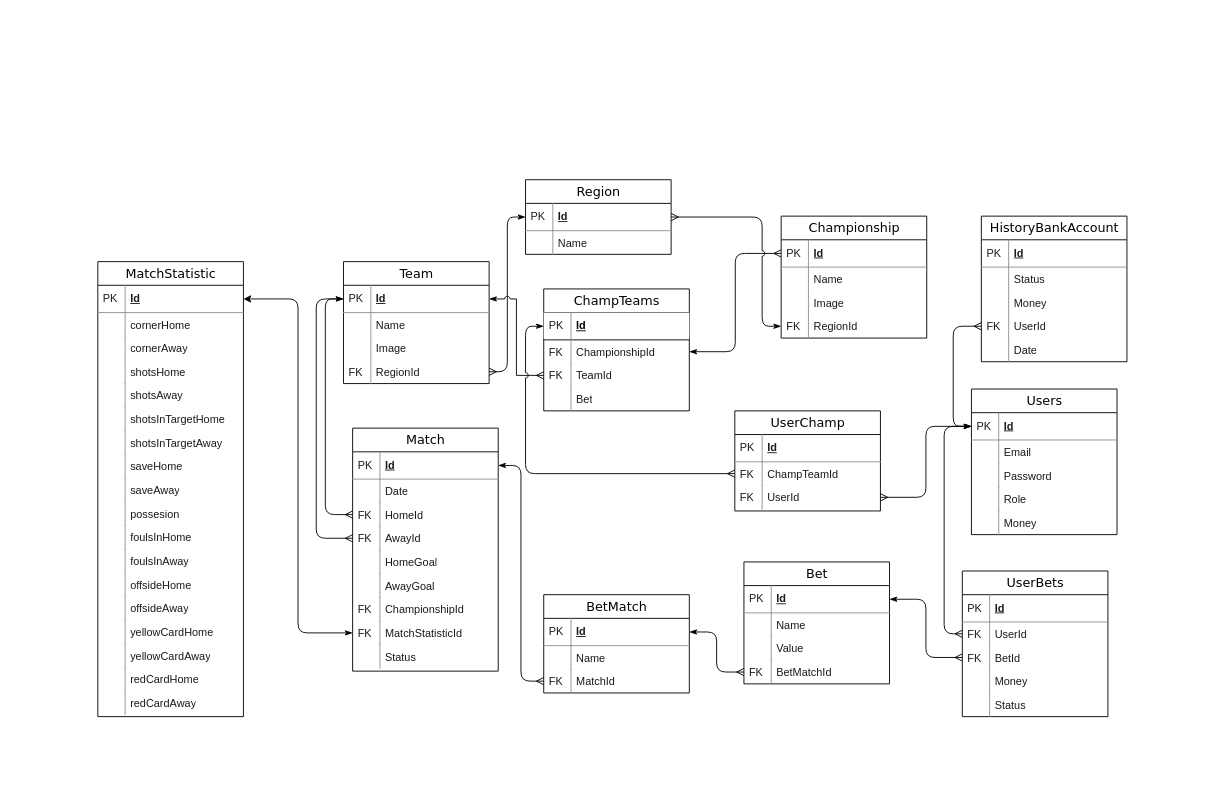
Before: page "Page-1" (1 of 5) of database_example.drawio in jk2911/diplom, a draw.io diagram. Source tidied: cells renumbered, new cells numbered last; positions are measured from the earlier drawing's top-left corner, leaving out a move shared by most shapes. Both pictures are drawn from the tidied source at 91%, with x=0, y=0 at pixel (97, 179).
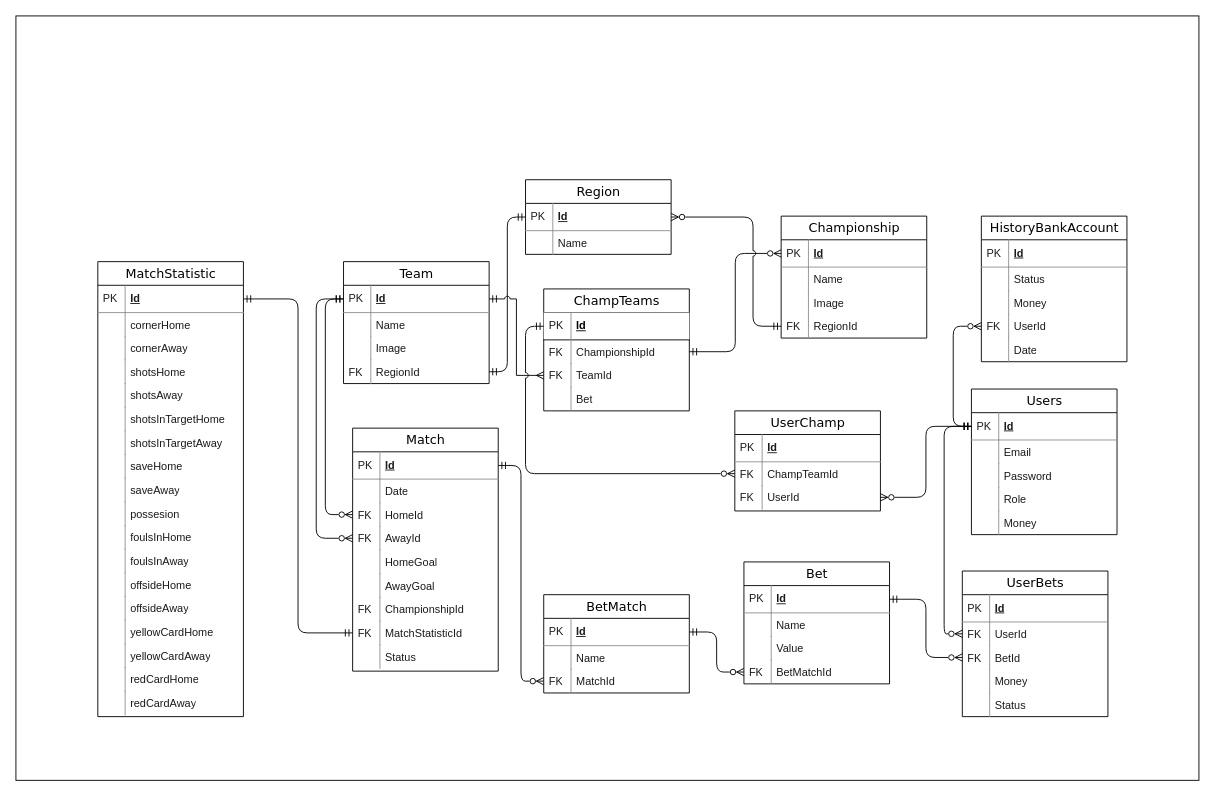
The same page after the edit.

Unchanged cells that the change refers to:
```xml
<mxCell id="3" value="Id" style="shape=partialRectangle;top=0;left=0;right=0;bottom=1;html=1;align=left;verticalAlign=middle;fillColor=none;spacingLeft=34;spacingRight=4;whiteSpace=wrap;overflow=hidden;points=[[0,0.5],[1,0.5]];portConstraint=eastwest;fontStyle=5;strokeColor=#909090;fontColor=#1A1A1A;" parent="2" vertex="1">
  <mxGeometry y="26" width="160" height="30" as="geometry" />
</mxCell>
<mxCell id="40" value="Id" style="shape=partialRectangle;top=0;left=0;right=0;bottom=1;html=1;align=left;verticalAlign=middle;fillColor=none;spacingLeft=34;spacingRight=4;whiteSpace=wrap;overflow=hidden;points=[[0,0.5],[1,0.5]];portConstraint=eastwest;fontStyle=5;strokeColor=#909090;fontColor=#1A1A1A;" parent="39" vertex="1">
  <mxGeometry y="26" width="160" height="30" as="geometry" />
</mxCell>
<mxCell id="46" value="RegionId" style="shape=partialRectangle;top=0;left=0;right=0;bottom=0;html=1;align=left;verticalAlign=top;fillColor=none;spacingLeft=34;spacingRight=4;whiteSpace=wrap;overflow=hidden;points=[[0,0.5],[1,0.5]];portConstraint=eastwest;strokeColor=#909090;fontColor=#1A1A1A;" parent="39" vertex="1">
  <mxGeometry y="108" width="160" height="26" as="geometry" />
</mxCell>
<mxCell id="49" value="Id" style="shape=partialRectangle;top=0;left=0;right=0;bottom=1;html=1;align=left;verticalAlign=middle;fillColor=none;spacingLeft=34;spacingRight=4;whiteSpace=wrap;overflow=hidden;points=[[0,0.5],[1,0.5]];portConstraint=eastwest;fontStyle=5;strokeColor=#909090;fontColor=#1A1A1A;" parent="48" vertex="1">
  <mxGeometry y="26" width="160" height="30" as="geometry" />
</mxCell>
<mxCell id="53" value="HomeId" style="shape=partialRectangle;top=0;left=0;right=0;bottom=0;html=1;align=left;verticalAlign=top;fillColor=none;spacingLeft=34;spacingRight=4;whiteSpace=wrap;overflow=hidden;points=[[0,0.5],[1,0.5]];portConstraint=eastwest;strokeColor=#909090;fontColor=#1A1A1A;" parent="48" vertex="1">
  <mxGeometry y="82" width="160" height="26" as="geometry" />
</mxCell>
<mxCell id="55" value="AwayId" style="shape=partialRectangle;top=0;left=0;right=0;bottom=0;html=1;align=left;verticalAlign=top;fillColor=none;spacingLeft=34;spacingRight=4;whiteSpace=wrap;overflow=hidden;points=[[0,0.5],[1,0.5]];portConstraint=eastwest;strokeColor=#909090;fontColor=#1A1A1A;" parent="48" vertex="1">
  <mxGeometry y="108" width="160" height="26" as="geometry" />
</mxCell>
<mxCell id="63" value="MatchStatisticId" style="shape=partialRectangle;top=0;left=0;right=0;bottom=0;html=1;align=left;verticalAlign=top;fillColor=none;spacingLeft=34;spacingRight=4;whiteSpace=wrap;overflow=hidden;points=[[0,0.5],[1,0.5]];portConstraint=eastwest;strokeColor=#909090;fontColor=#1A1A1A;" parent="48" vertex="1">
  <mxGeometry y="212" width="160" height="26" as="geometry" />
</mxCell>
<mxCell id="70" value="Id" style="shape=partialRectangle;top=0;left=0;right=0;bottom=1;html=1;align=left;verticalAlign=middle;fillColor=none;spacingLeft=34;spacingRight=4;whiteSpace=wrap;overflow=hidden;points=[[0,0.5],[1,0.5]];portConstraint=eastwest;fontStyle=5;strokeColor=#909090;fontColor=#1A1A1A;" parent="69" vertex="1">
  <mxGeometry y="26" width="160" height="30" as="geometry" />
</mxCell>
<mxCell id="77" value="Id" style="shape=partialRectangle;top=0;left=0;right=0;bottom=1;html=1;align=left;verticalAlign=middle;spacingLeft=34;spacingRight=4;whiteSpace=wrap;overflow=hidden;points=[[0,0.5],[1,0.5]];portConstraint=eastwest;fontStyle=5;" parent="76" vertex="1">
  <mxGeometry y="26" width="160" height="30" as="geometry" />
</mxCell>
<mxCell id="79" value="ChampionshipId" style="shape=partialRectangle;top=0;left=0;right=0;bottom=0;html=1;align=left;verticalAlign=top;fillColor=none;spacingLeft=34;spacingRight=4;whiteSpace=wrap;overflow=hidden;points=[[0,0.5],[1,0.5]];portConstraint=eastwest;strokeColor=#909090;fontColor=#1A1A1A;" parent="76" vertex="1">
  <mxGeometry y="56" width="160" height="26" as="geometry" />
</mxCell>
<mxCell id="81" value="TeamId" style="shape=partialRectangle;top=0;left=0;right=0;bottom=0;html=1;align=left;verticalAlign=top;fillColor=none;spacingLeft=34;spacingRight=4;whiteSpace=wrap;overflow=hidden;points=[[0,0.5],[1,0.5]];portConstraint=eastwest;strokeColor=#909090;fontColor=#1A1A1A;" parent="76" vertex="1">
  <mxGeometry y="82" width="160" height="26" as="geometry" />
</mxCell>
<mxCell id="87" value="Id" style="shape=partialRectangle;top=0;left=0;right=0;bottom=1;html=1;align=left;verticalAlign=middle;fillColor=none;spacingLeft=34;spacingRight=4;whiteSpace=wrap;overflow=hidden;points=[[0,0.5],[1,0.5]];portConstraint=eastwest;fontStyle=5;strokeColor=#909090;fontColor=#1A1A1A;" parent="86" vertex="1">
  <mxGeometry y="26" width="160" height="30" as="geometry" />
</mxCell>
<mxCell id="93" value="RegionId" style="shape=partialRectangle;top=0;left=0;right=0;bottom=0;html=1;align=left;verticalAlign=top;fillColor=none;spacingLeft=34;spacingRight=4;whiteSpace=wrap;overflow=hidden;points=[[0,0.5],[1,0.5]];portConstraint=eastwest;strokeColor=#909090;fontColor=#1A1A1A;" parent="86" vertex="1">
  <mxGeometry y="108" width="160" height="26" as="geometry" />
</mxCell>
<mxCell id="100" value="ChampTeamId" style="shape=partialRectangle;top=0;left=0;right=0;bottom=0;html=1;align=left;verticalAlign=top;fillColor=none;spacingLeft=34;spacingRight=4;whiteSpace=wrap;overflow=hidden;points=[[0,0.5],[1,0.5]];portConstraint=eastwest;strokeColor=#909090;fontColor=#1A1A1A;" parent="97" vertex="1">
  <mxGeometry y="56" width="160" height="26" as="geometry" />
</mxCell>
<mxCell id="102" value="UserId" style="shape=partialRectangle;top=0;left=0;right=0;bottom=0;html=1;align=left;verticalAlign=top;fillColor=none;spacingLeft=34;spacingRight=4;whiteSpace=wrap;overflow=hidden;points=[[0,0.5],[1,0.5]];portConstraint=eastwest;strokeColor=#909090;fontColor=#1A1A1A;" parent="97" vertex="1">
  <mxGeometry y="82" width="160" height="26" as="geometry" />
</mxCell>
<mxCell id="112" value="UserId" style="shape=partialRectangle;top=0;left=0;right=0;bottom=0;html=1;align=left;verticalAlign=top;fillColor=none;spacingLeft=34;spacingRight=4;whiteSpace=wrap;overflow=hidden;points=[[0,0.5],[1,0.5]];portConstraint=eastwest;strokeColor=#909090;fontColor=#1A1A1A;" parent="105" vertex="1">
  <mxGeometry y="108" width="160" height="26" as="geometry" />
</mxCell>
<mxCell id="117" value="Id" style="shape=partialRectangle;top=0;left=0;right=0;bottom=1;html=1;align=left;verticalAlign=middle;fillColor=none;spacingLeft=34;spacingRight=4;whiteSpace=wrap;overflow=hidden;points=[[0,0.5],[1,0.5]];portConstraint=eastwest;fontStyle=5;strokeColor=#909090;fontColor=#1A1A1A;" parent="116" vertex="1">
  <mxGeometry y="26" width="160" height="30" as="geometry" />
</mxCell>
<mxCell id="130" value="UserId" style="shape=partialRectangle;top=0;left=0;right=0;bottom=0;html=1;align=left;verticalAlign=top;fillColor=none;spacingLeft=34;spacingRight=4;whiteSpace=wrap;overflow=hidden;points=[[0,0.5],[1,0.5]];portConstraint=eastwest;strokeColor=#909090;fontColor=#1A1A1A;" parent="127" vertex="1">
  <mxGeometry y="56" width="160" height="26" as="geometry" />
</mxCell>
<mxCell id="132" value="BetId" style="shape=partialRectangle;top=0;left=0;right=0;bottom=0;html=1;align=left;verticalAlign=top;fillColor=none;spacingLeft=34;spacingRight=4;whiteSpace=wrap;overflow=hidden;points=[[0,0.5],[1,0.5]];portConstraint=eastwest;strokeColor=#909090;fontColor=#1A1A1A;" parent="127" vertex="1">
  <mxGeometry y="82" width="160" height="26" as="geometry" />
</mxCell>
<mxCell id="139" value="Id" style="shape=partialRectangle;top=0;left=0;right=0;bottom=1;html=1;align=left;verticalAlign=middle;fillColor=none;spacingLeft=34;spacingRight=4;whiteSpace=wrap;overflow=hidden;points=[[0,0.5],[1,0.5]];portConstraint=eastwest;fontStyle=5;strokeColor=#909090;fontColor=#1A1A1A;" parent="138" vertex="1">
  <mxGeometry y="26" width="160" height="30" as="geometry" />
</mxCell>
<mxCell id="145" value="BetMatchId" style="shape=partialRectangle;top=0;left=0;right=0;bottom=0;html=1;align=left;verticalAlign=top;fillColor=none;spacingLeft=34;spacingRight=4;whiteSpace=wrap;overflow=hidden;points=[[0,0.5],[1,0.5]];portConstraint=eastwest;strokeColor=#909090;fontColor=#1A1A1A;" parent="138" vertex="1">
  <mxGeometry y="108" width="160" height="26" as="geometry" />
</mxCell>
<mxCell id="148" value="Id" style="shape=partialRectangle;top=0;left=0;right=0;bottom=1;html=1;align=left;verticalAlign=middle;fillColor=none;spacingLeft=34;spacingRight=4;whiteSpace=wrap;overflow=hidden;points=[[0,0.5],[1,0.5]];portConstraint=eastwest;fontStyle=5;strokeColor=#909090;fontColor=#1A1A1A;" parent="147" vertex="1">
  <mxGeometry y="26" width="160" height="30" as="geometry" />
</mxCell>
<mxCell id="152" value="MatchId" style="shape=partialRectangle;top=0;left=0;right=0;bottom=0;html=1;align=left;verticalAlign=top;fillColor=none;spacingLeft=34;spacingRight=4;whiteSpace=wrap;overflow=hidden;points=[[0,0.5],[1,0.5]];portConstraint=eastwest;strokeColor=#909090;fontColor=#1A1A1A;" parent="147" vertex="1">
  <mxGeometry y="82" width="160" height="26" as="geometry" />
</mxCell>
```

Diff of the diagram source:
```diff
@@
+    <mxCell id="160" style="rounded=0;whiteSpace=wrap;html=1;" parent="1" vertex="1">
+      <mxGeometry x="-90" y="-180" width="1300" height="840" as="geometry" />
+    </mxCell>
@@
-    <mxCell id="67" style="edgeStyle=orthogonalEdgeStyle;rounded=1;jettySize=auto;html=1;exitX=0;exitY=0.5;exitDx=0;exitDy=0;entryX=1;entryY=0.5;entryDx=0;entryDy=0;startArrow=classicThin;startFill=1;endArrow=classic;endFill=1;jumpStyle=arc;" parent="1" edge="1" source="63" target="3">
+    <mxCell id="67" style="edgeStyle=orthogonalEdgeStyle;rounded=1;jettySize=auto;html=1;exitX=0;exitY=0.5;exitDx=0;exitDy=0;entryX=1;entryY=0.5;entryDx=0;entryDy=0;startArrow=ERmandOne;startFill=0;endArrow=ERmandOne;endFill=0;jumpStyle=arc;" parent="1" edge="1" source="63" target="3">
       <mxGeometry relative="1" as="geometry" />
     </mxCell>
-    <mxCell id="68" style="edgeStyle=orthogonalEdgeStyle;rounded=1;jettySize=auto;html=1;exitX=0;exitY=0.5;exitDx=0;exitDy=0;entryX=0;entryY=0.5;entryDx=0;entryDy=0;startArrow=ERmany;startFill=0;endArrow=classicThin;endFill=1;jumpStyle=arc;" parent="1" edge="1" source="53" target="40">
+    <mxCell id="68" style="edgeStyle=orthogonalEdgeStyle;rounded=1;jettySize=auto;html=1;exitX=0;exitY=0.5;exitDx=0;exitDy=0;entryX=0;entryY=0.5;entryDx=0;entryDy=0;startArrow=ERzeroToMany;startFill=0;endArrow=ERmandOne;endFill=0;jumpStyle=arc;" parent="1" edge="1" source="53" target="40">
       <mxGeometry relative="1" as="geometry" />
     </mxCell>
@@
-    <mxCell id="74" style="edgeStyle=orthogonalEdgeStyle;rounded=1;jettySize=auto;html=1;exitX=1;exitY=0.5;exitDx=0;exitDy=0;entryX=0;entryY=0.5;entryDx=0;entryDy=0;startArrow=ERmany;startFill=0;endArrow=classicThin;endFill=1;jumpStyle=arc;" parent="1" edge="1" source="46" target="70">
+    <mxCell id="74" style="edgeStyle=orthogonalEdgeStyle;rounded=1;jettySize=auto;html=1;exitX=1;exitY=0.5;exitDx=0;exitDy=0;entryX=0;entryY=0.5;entryDx=0;entryDy=0;startArrow=ERmandOne;startFill=0;endArrow=ERmandOne;endFill=0;jumpStyle=arc;" parent="1" edge="1" source="46" target="70">
       <mxGeometry relative="1" as="geometry" />
     </mxCell>
-    <mxCell id="75" style="edgeStyle=orthogonalEdgeStyle;rounded=1;jettySize=auto;html=1;exitX=0;exitY=0.5;exitDx=0;exitDy=0;entryX=0;entryY=0.5;entryDx=0;entryDy=0;startArrow=ERmany;startFill=0;endArrow=classicThin;endFill=1;jumpStyle=arc;" parent="1" edge="1" source="55" target="40">
+    <mxCell id="75" style="edgeStyle=orthogonalEdgeStyle;rounded=1;jettySize=auto;html=1;exitX=0;exitY=0.5;exitDx=0;exitDy=0;entryX=0;entryY=0.5;entryDx=0;entryDy=0;startArrow=ERzeroToMany;startFill=0;endArrow=ERmandOne;endFill=0;jumpStyle=none;" parent="1" edge="1" source="55" target="40">
       <mxGeometry relative="1" as="geometry">
         <Array as="points">
           <mxPoint x="240" y="394" />
           <mxPoint x="240" y="131" />
         </Array>
       </mxGeometry>
     </mxCell>
@@
-    <mxCell id="85" style="edgeStyle=orthogonalEdgeStyle;rounded=0;jettySize=auto;html=1;exitX=0;exitY=0.5;exitDx=0;exitDy=0;entryX=1;entryY=0.5;entryDx=0;entryDy=0;endArrow=classicThin;endFill=1;startArrow=ERmany;startFill=0;jumpStyle=arc;" parent="1" edge="1" source="81" target="40">
+    <mxCell id="85" style="edgeStyle=orthogonalEdgeStyle;rounded=0;jettySize=auto;html=1;exitX=0;exitY=0.5;exitDx=0;exitDy=0;entryX=1;entryY=0.5;entryDx=0;entryDy=0;endArrow=ERmandOne;endFill=0;startArrow=ERmany;startFill=0;jumpStyle=arc;" parent="1" edge="1" source="81" target="40">
       <mxGeometry relative="1" as="geometry" />
     </mxCell>
@@
-    <mxCell id="95" style="edgeStyle=orthogonalEdgeStyle;rounded=1;jettySize=auto;html=1;exitX=1;exitY=0.5;exitDx=0;exitDy=0;entryX=0;entryY=0.5;entryDx=0;entryDy=0;startArrow=classicThin;startFill=1;endArrow=ERmany;endFill=0;jumpStyle=arc;" parent="1" edge="1" source="79" target="87">
+    <mxCell id="95" style="edgeStyle=orthogonalEdgeStyle;rounded=1;jettySize=auto;html=1;exitX=1;exitY=0.5;exitDx=0;exitDy=0;entryX=0;entryY=0.5;entryDx=0;entryDy=0;startArrow=ERmandOne;startFill=0;endArrow=ERzeroToMany;endFill=0;jumpStyle=arc;" parent="1" edge="1" source="79" target="87">
       <mxGeometry relative="1" as="geometry" />
     </mxCell>
-    <mxCell id="96" style="edgeStyle=orthogonalEdgeStyle;rounded=1;jettySize=auto;html=1;exitX=0;exitY=0.5;exitDx=0;exitDy=0;entryX=1;entryY=0.5;entryDx=0;entryDy=0;jumpStyle=arc;startArrow=classicThin;startFill=1;endArrow=ERmany;endFill=0;" parent="1" edge="1" source="93" target="70">
+    <mxCell id="96" style="edgeStyle=orthogonalEdgeStyle;rounded=1;jettySize=auto;html=1;exitX=0;exitY=0.5;exitDx=0;exitDy=0;entryX=1;entryY=0.5;entryDx=0;entryDy=0;jumpStyle=arc;startArrow=ERmandOne;startFill=0;endArrow=ERzeroToMany;endFill=0;" parent="1" edge="1" source="93" target="70">
       <mxGeometry relative="1" as="geometry">
         <Array as="points">
-          <mxPoint x="730" y="161" />
-          <mxPoint x="730" y="41" />
+          <mxPoint x="720" y="161" />
+          <mxPoint x="720" y="41" />
         </Array>
       </mxGeometry>
     </mxCell>
@@
-    <mxCell id="104" style="edgeStyle=orthogonalEdgeStyle;rounded=1;jettySize=auto;html=1;exitX=0;exitY=0.5;exitDx=0;exitDy=0;entryX=0;entryY=0.5;entryDx=0;entryDy=0;startArrow=ERmany;startFill=0;endArrow=classicThin;endFill=1;jumpStyle=arc;" parent="1" edge="1" source="100" target="77">
+    <mxCell id="104" style="edgeStyle=orthogonalEdgeStyle;rounded=1;jettySize=auto;html=1;exitX=0;exitY=0.5;exitDx=0;exitDy=0;entryX=0;entryY=0.5;entryDx=0;entryDy=0;startArrow=ERzeroToMany;startFill=0;endArrow=ERmandOne;endFill=0;jumpStyle=arc;" parent="1" edge="1" source="100" target="77">
       <mxGeometry relative="1" as="geometry" />
     </mxCell>
@@
-    <mxCell id="154" style="edgeStyle=orthogonalEdgeStyle;rounded=1;jettySize=auto;html=1;exitX=0;exitY=0.5;exitDx=0;exitDy=0;entryX=1;entryY=0.5;entryDx=0;entryDy=0;jumpStyle=arc;endArrow=classicThin;endFill=1;startArrow=ERmany;startFill=0;" parent="1" edge="1" source="152" target="49">
+    <mxCell id="154" style="edgeStyle=orthogonalEdgeStyle;rounded=1;jettySize=auto;html=1;exitX=0;exitY=0.5;exitDx=0;exitDy=0;entryX=1;entryY=0.5;entryDx=0;entryDy=0;jumpStyle=arc;endArrow=ERmandOne;endFill=0;startArrow=ERzeroToMany;startFill=0;" parent="1" edge="1" source="152" target="49">
       <mxGeometry relative="1" as="geometry" />
     </mxCell>
-    <mxCell id="155" style="edgeStyle=orthogonalEdgeStyle;rounded=1;jettySize=auto;html=1;exitX=0;exitY=0.5;exitDx=0;exitDy=0;entryX=1;entryY=0.5;entryDx=0;entryDy=0;endArrow=classicThin;endFill=1;startArrow=ERmany;startFill=0;jumpStyle=arc;" parent="1" edge="1" source="145" target="148">
+    <mxCell id="155" style="edgeStyle=orthogonalEdgeStyle;rounded=1;jettySize=auto;html=1;exitX=0;exitY=0.5;exitDx=0;exitDy=0;entryX=1;entryY=0.5;entryDx=0;entryDy=0;endArrow=ERmandOne;endFill=0;startArrow=ERzeroToMany;startFill=0;jumpStyle=arc;" parent="1" edge="1" source="145" target="148">
       <mxGeometry relative="1" as="geometry" />
     </mxCell>
-    <mxCell id="156" style="edgeStyle=orthogonalEdgeStyle;rounded=1;jettySize=auto;html=1;exitX=0;exitY=0.5;exitDx=0;exitDy=0;entryX=0;entryY=0.5;entryDx=0;entryDy=0;endArrow=classicThin;endFill=1;startArrow=ERmany;startFill=0;jumpStyle=arc;" parent="1" edge="1" source="130" target="117">
+    <mxCell id="156" style="edgeStyle=orthogonalEdgeStyle;rounded=1;jettySize=auto;html=1;exitX=0;exitY=0.5;exitDx=0;exitDy=0;entryX=0;entryY=0.5;entryDx=0;entryDy=0;endArrow=ERmandOne;endFill=0;startArrow=ERzeroToMany;startFill=0;jumpStyle=arc;" parent="1" edge="1" source="130" target="117">
       <mxGeometry relative="1" as="geometry" />
     </mxCell>
-    <mxCell id="157" style="edgeStyle=orthogonalEdgeStyle;rounded=1;jettySize=auto;html=1;exitX=0;exitY=0.5;exitDx=0;exitDy=0;entryX=1;entryY=0.5;entryDx=0;entryDy=0;startArrow=ERmany;startFill=0;endArrow=classicThin;endFill=1;jumpStyle=arc;" parent="1" edge="1" source="132" target="139">
+    <mxCell id="157" style="edgeStyle=orthogonalEdgeStyle;rounded=1;jettySize=auto;html=1;exitX=0;exitY=0.5;exitDx=0;exitDy=0;entryX=1;entryY=0.5;entryDx=0;entryDy=0;startArrow=ERzeroToMany;startFill=0;endArrow=ERmandOne;endFill=0;jumpStyle=arc;" parent="1" edge="1" source="132" target="139">
       <mxGeometry relative="1" as="geometry" />
     </mxCell>
-    <mxCell id="158" style="edgeStyle=orthogonalEdgeStyle;rounded=1;jettySize=auto;html=1;exitX=1;exitY=0.5;exitDx=0;exitDy=0;entryX=0;entryY=0.5;entryDx=0;entryDy=0;endArrow=classicThin;endFill=1;startArrow=ERmany;startFill=0;" parent="1" edge="1" source="102" target="117">
+    <mxCell id="158" style="edgeStyle=orthogonalEdgeStyle;rounded=1;jettySize=auto;html=1;exitX=1;exitY=0.5;exitDx=0;exitDy=0;entryX=0;entryY=0.5;entryDx=0;entryDy=0;endArrow=ERmandOne;endFill=0;startArrow=ERzeroToMany;startFill=0;" parent="1" edge="1" source="102" target="117">
       <mxGeometry relative="1" as="geometry" />
     </mxCell>
-    <mxCell id="159" style="edgeStyle=orthogonalEdgeStyle;rounded=1;jettySize=auto;html=1;exitX=0;exitY=0.5;exitDx=0;exitDy=0;entryX=0;entryY=0.5;entryDx=0;entryDy=0;startArrow=ERmany;startFill=0;endArrow=classicThin;endFill=1;jumpStyle=arc;" parent="1" edge="1" source="112" target="117">
+    <mxCell id="159" style="edgeStyle=orthogonalEdgeStyle;rounded=1;jettySize=auto;html=1;exitX=0;exitY=0.5;exitDx=0;exitDy=0;entryX=0;entryY=0.5;entryDx=0;entryDy=0;startArrow=ERzeroToMany;startFill=0;endArrow=ERmandOne;endFill=0;jumpStyle=arc;" parent="1" edge="1" source="112" target="117">
       <mxGeometry relative="1" as="geometry" />
     </mxCell>
```
